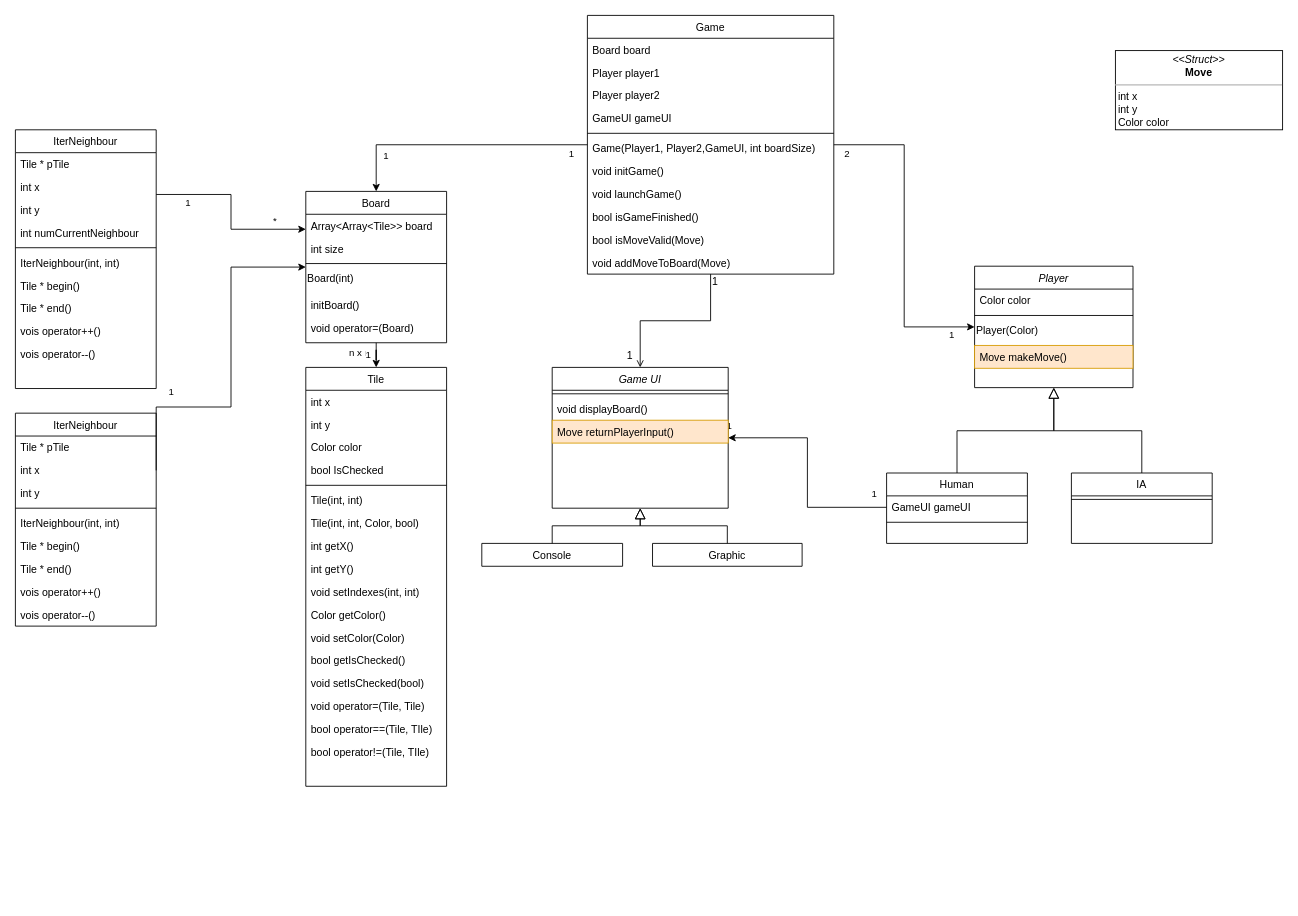
Before: doc/UMLdiagram.drawio in leduqueadrien/Hex, a draw.io diagram. Source tidied: cells renumbered, new cells numbered last; positions are measured from the earlier drawing's top-left corner, leaving out a move shared by most shapes. Both pictures are drawn from the tidied source at 88%, with x=0, y=0 at pixel (15, 15).
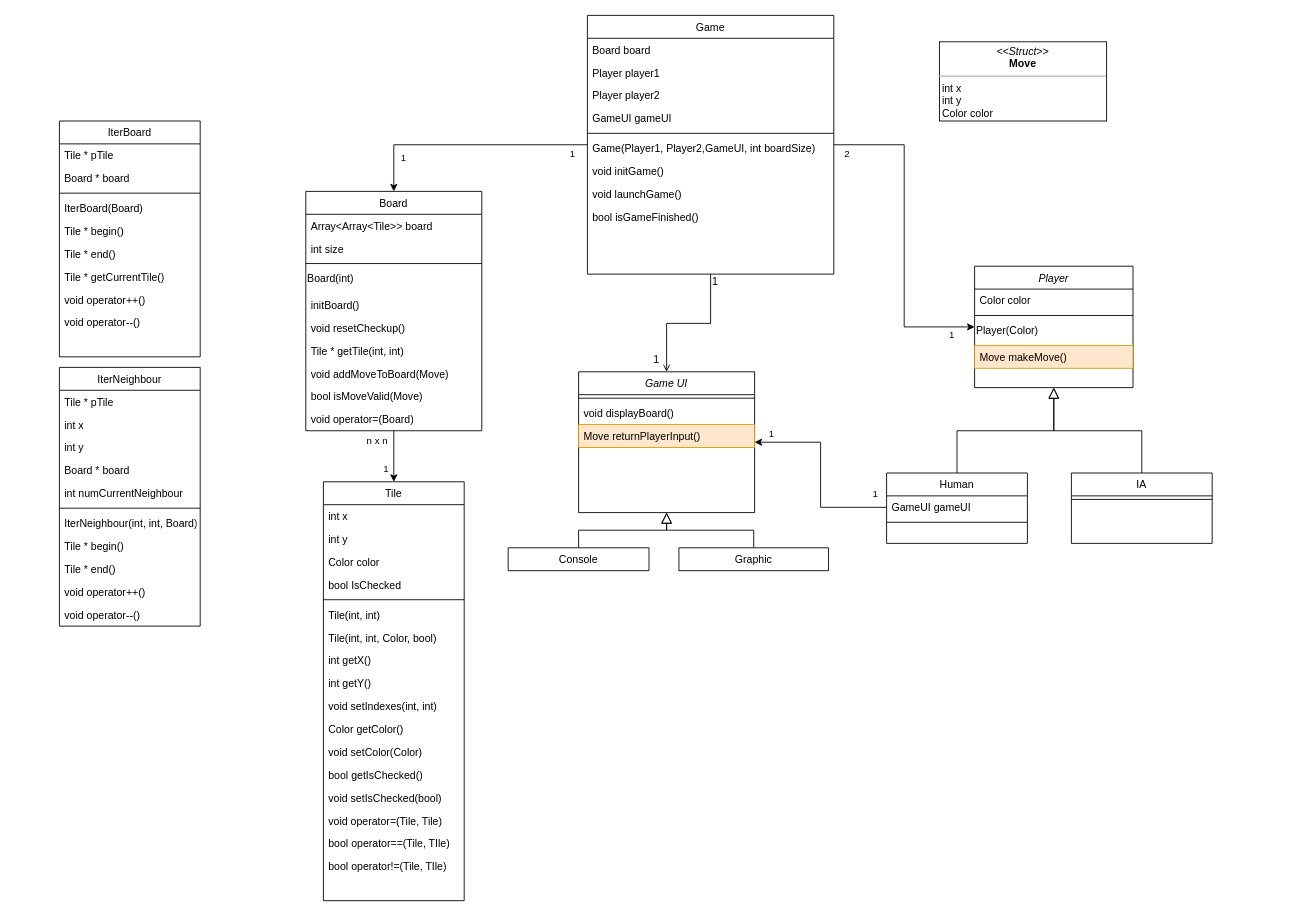
After the change.

Commit message:
add Tile, iterBoard and iterNeighbour

Unchanged cells that the change refers to:
```xml
<mxCell id="2" style="edgeStyle=orthogonalEdgeStyle;rounded=0;jettySize=auto;html=1;entryX=1;entryY=0.5;entryDx=0;entryDy=0;exitX=0;exitY=0.5;exitDx=0;exitDy=0;" parent="1" edge="1" source="11" target="34">
  <mxGeometry relative="1" as="geometry" />
</mxCell>
<mxCell id="17" value="Game" style="swimlane;fontStyle=0;align=center;verticalAlign=top;horizontal=1;startSize=26;rounded=0;shadow=0;strokeWidth=1;" parent="1" vertex="1">
  <mxGeometry x="650" width="280" height="294" as="geometry" />
</mxCell>
<mxCell id="90" value="int x" style="text;align=left;verticalAlign=top;spacingLeft=4;spacingRight=4;overflow=hidden;points=[[0,0.5],[1,0.5]];portConstraint=eastwest;" parent="88" vertex="1">
  <mxGeometry y="52" width="160" height="26" as="geometry" />
</mxCell>
```

Change to the diagram source:
```diff
@@
     <mxCell id="4" value="1" style="edgeLabel;html=1;align=center;verticalAlign=middle;" parent="2" vertex="1">
       <mxGeometry x="0.9" y="-1" relative="1" as="geometry">
-        <mxPoint x="-13" y="-13" as="offset" />
+        <mxPoint x="7" y="-9" as="offset" />
       </mxGeometry>
     </mxCell>
@@
-    <mxCell id="27" value="bool isMoveValid(Move)" style="text;align=left;verticalAlign=top;spacingLeft=4;spacingRight=4;overflow=hidden;" parent="17" vertex="1">
-      <mxGeometry y="242" width="280" height="26" as="geometry" />
-    </mxCell>
-    <mxCell id="28" value="void addMoveToBoard(Move)" style="text;align=left;verticalAlign=top;spacingLeft=4;spacingRight=4;overflow=hidden;" parent="17" vertex="1">
-      <mxGeometry y="268" width="280" height="26" as="geometry" />
-    </mxCell>
@@
     <mxCell id="34" value="Game UI" style="swimlane;fontStyle=2;align=center;verticalAlign=top;horizontal=1;startSize=26;rounded=0;shadow=0;strokeWidth=1;" parent="1" vertex="1">
-      <mxGeometry x="610" y="400" width="200" height="160" as="geometry" />
+      <mxGeometry x="640" y="405" width="200" height="160" as="geometry" />
     </mxCell>
@@
     <mxCell id="38" value="Console" style="swimlane;fontStyle=0;align=center;verticalAlign=top;horizontal=1;startSize=26;rounded=0;shadow=0;strokeWidth=1;" parent="1" vertex="1" collapsed="1">
-      <mxGeometry x="530" y="600" width="160" height="26" as="geometry" />
+      <mxGeometry x="560" y="605" width="160" height="26" as="geometry" />
     </mxCell>
@@
     <mxCell id="40" value="Graphic" style="swimlane;fontStyle=0;align=center;verticalAlign=top;horizontal=1;startSize=26;rounded=0;shadow=0;strokeWidth=1;" parent="1" vertex="1" collapsed="1">
-      <mxGeometry x="724" y="600" width="170" height="26" as="geometry" />
+      <mxGeometry x="754" y="605" width="170" height="26" as="geometry" />
     </mxCell>
@@
     <mxCell id="45" value="Board" style="swimlane;fontStyle=0;align=center;verticalAlign=top;horizontal=1;startSize=26;rounded=0;shadow=0;strokeWidth=1;" parent="1" vertex="1">
-      <mxGeometry x="330" y="200" width="160" height="172" as="geometry" />
+      <mxGeometry x="330" y="200" width="200" height="272" as="geometry" />
     </mxCell>
     <mxCell id="46" value="Array&lt;Array&lt;Tile&gt;&gt; board" style="text;align=left;verticalAlign=top;spacingLeft=4;spacingRight=4;overflow=hidden;" parent="45" vertex="1">
-      <mxGeometry y="26" width="160" height="26" as="geometry" />
+      <mxGeometry y="26" width="200" height="26" as="geometry" />
     </mxCell>
     <mxCell id="47" value="int size" style="text;align=left;verticalAlign=top;spacingLeft=4;spacingRight=4;overflow=hidden;" parent="45" vertex="1">
-      <mxGeometry y="52" width="160" height="26" as="geometry" />
+      <mxGeometry y="52" width="200" height="26" as="geometry" />
     </mxCell>
     <mxCell id="48" style="line;html=1;strokeWidth=1;align=left;verticalAlign=middle;spacingTop=-1;spacingLeft=3;spacingRight=3;labelPosition=right;" parent="45" vertex="1">
-      <mxGeometry y="78" width="160" height="8" as="geometry" />
+      <mxGeometry y="78" width="200" height="8" as="geometry" />
     </mxCell>
     <mxCell id="49" value="Board(int)" style="text;whiteSpace=wrap;html=1;" parent="45" vertex="1">
-      <mxGeometry y="86" width="160" height="30" as="geometry" />
+      <mxGeometry y="86" width="200" height="30" as="geometry" />
     </mxCell>
     <mxCell id="50" value="initBoard()" style="text;align=left;verticalAlign=top;spacingLeft=4;spacingRight=4;overflow=hidden;" parent="45" vertex="1">
-      <mxGeometry y="116" width="160" height="26" as="geometry" />
+      <mxGeometry y="116" width="200" height="26" as="geometry" />
     </mxCell>
+    <mxCell id="100" value="void resetCheckup()" style="text;align=left;verticalAlign=top;spacingLeft=4;spacingRight=4;overflow=hidden;" parent="45" vertex="1">
+      <mxGeometry y="142" width="200" height="26" as="geometry" />
+    </mxCell>
+    <mxCell id="101" value="Tile * getTile(int, int)" style="text;align=left;verticalAlign=top;spacingLeft=4;spacingRight=4;overflow=hidden;" parent="45" vertex="1">
+      <mxGeometry y="168" width="200" height="26" as="geometry" />
+    </mxCell>
+    <mxCell id="28" value="void addMoveToBoard(Move)" style="text;align=left;verticalAlign=top;spacingLeft=4;spacingRight=4;overflow=hidden;" parent="45" vertex="1">
+      <mxGeometry y="194" width="200" height="26" as="geometry" />
+    </mxCell>
+    <mxCell id="27" value="bool isMoveValid(Move)" style="text;align=left;verticalAlign=top;spacingLeft=4;spacingRight=4;overflow=hidden;" parent="45" vertex="1">
+      <mxGeometry y="220" width="200" height="26" as="geometry" />
+    </mxCell>
     <mxCell id="51" value="void operator=(Board)" style="text;align=left;verticalAlign=top;spacingLeft=4;spacingRight=4;overflow=hidden;" parent="45" vertex="1">
-      <mxGeometry y="142" width="160" height="26" as="geometry" />
+      <mxGeometry y="246" width="200" height="26" as="geometry" />
     </mxCell>
@@
     <mxCell id="55" value="Tile" style="swimlane;fontStyle=0;align=center;verticalAlign=top;horizontal=1;startSize=26;rounded=0;shadow=0;strokeWidth=1;rotation=0;" parent="1" vertex="1">
-      <mxGeometry x="330" y="400" width="160" height="476" as="geometry" />
+      <mxGeometry x="350" y="530" width="160" height="476" as="geometry" />
     </mxCell>
@@
-    <mxCell id="73" style="edgeStyle=orthogonalEdgeStyle;rounded=0;jettySize=auto;html=1;exitX=1;exitY=0.25;exitDx=0;exitDy=0;entryX=0;entryY=0.25;entryDx=0;entryDy=0;" parent="1" edge="1" source="76" target="45">
-      <mxGeometry relative="1" as="geometry" />
-    </mxCell>
-    <mxCell id="74" value="1" style="edgeLabel;html=1;align=center;verticalAlign=middle;" parent="73" vertex="1">
-      <mxGeometry x="-0.57" y="-3" relative="1" as="geometry">
-        <mxPoint x="-10" y="5.5" as="offset" />
-      </mxGeometry>
-    </mxCell>
-    <mxCell id="75" value="*" style="edgeLabel;html=1;align=center;verticalAlign=middle;" parent="73" vertex="1">
-      <mxGeometry x="0.57" y="-4" relative="1" as="geometry">
-        <mxPoint x="9.5" y="-15" as="offset" />
-      </mxGeometry>
-    </mxCell>
-    <mxCell id="76" value="IterNeighbour" style="swimlane;fontStyle=0;align=center;verticalAlign=top;horizontal=1;startSize=26;rounded=0;shadow=0;strokeWidth=1;" parent="1" vertex="1">
-      <mxGeometry y="130" width="160" height="294" as="geometry" />
+    <mxCell id="76" value="IterBoard" style="swimlane;fontStyle=0;align=center;verticalAlign=top;horizontal=1;startSize=26;rounded=0;shadow=0;strokeWidth=1;" parent="1" vertex="1">
+      <mxGeometry x="50" y="120" width="160" height="268" as="geometry" />
     </mxCell>
@@
-    <mxCell id="78" value="int x" style="text;align=left;verticalAlign=top;spacingLeft=4;spacingRight=4;overflow=hidden;" parent="76" vertex="1">
-      <mxGeometry y="52" width="160" height="26" as="geometry" />
-    </mxCell>
-    <mxCell id="79" value="int y" style="text;align=left;verticalAlign=top;spacingLeft=4;spacingRight=4;overflow=hidden;rotation=0;" parent="76" vertex="1">
-      <mxGeometry y="78" width="160" height="26" as="geometry" />
-    </mxCell>
-    <mxCell id="80" value="int numCurrentNeighbour" style="text;align=left;verticalAlign=top;spacingLeft=4;spacingRight=4;overflow=hidden;rotation=0;" parent="76" vertex="1">
-      <mxGeometry y="104" width="160" height="26" as="geometry" />
-    </mxCell>
+    <mxCell id="102" value="Board * board" style="text;align=left;verticalAlign=top;spacingLeft=4;spacingRight=4;overflow=hidden;" parent="76" vertex="1">
+      <mxGeometry y="52" width="160" height="26" as="geometry" />
+    </mxCell>
     <mxCell id="81" style="line;html=1;strokeWidth=1;align=left;verticalAlign=middle;spacingTop=-1;spacingLeft=3;spacingRight=3;labelPosition=right;" parent="76" vertex="1">
-      <mxGeometry y="130" width="160" height="8" as="geometry" />
+      <mxGeometry y="78" width="160" height="8" as="geometry" />
     </mxCell>
-    <mxCell id="82" value="IterNeighbour(int, int)" style="text;align=left;verticalAlign=top;spacingLeft=4;spacingRight=4;overflow=hidden;" parent="76" vertex="1">
-      <mxGeometry y="138" width="160" height="26" as="geometry" />
+    <mxCell id="82" value="IterBoard(Board)" style="text;align=left;verticalAlign=top;spacingLeft=4;spacingRight=4;overflow=hidden;" parent="76" vertex="1">
+      <mxGeometry y="86" width="160" height="26" as="geometry" />
     </mxCell>
     <mxCell id="83" value="Tile * begin()" style="text;align=left;verticalAlign=top;spacingLeft=4;spacingRight=4;overflow=hidden;" parent="76" vertex="1">
-      <mxGeometry y="164" width="160" height="26" as="geometry" />
+      <mxGeometry y="112" width="160" height="26" as="geometry" />
     </mxCell>
     <mxCell id="84" value="Tile * end()" style="text;align=left;verticalAlign=top;spacingLeft=4;spacingRight=4;overflow=hidden;" parent="76" vertex="1">
-      <mxGeometry y="190" width="160" height="26" as="geometry" />
+      <mxGeometry y="138" width="160" height="26" as="geometry" />
     </mxCell>
-    <mxCell id="85" value="vois operator++()" style="text;align=left;verticalAlign=top;spacingLeft=4;spacingRight=4;overflow=hidden;" parent="76" vertex="1">
-      <mxGeometry y="216" width="160" height="26" as="geometry" />
-    </mxCell>
+    <mxCell id="103" value="Tile * getCurrentTile()" style="text;align=left;verticalAlign=top;spacingLeft=4;spacingRight=4;overflow=hidden;" parent="76" vertex="1">
+      <mxGeometry y="164" width="160" height="26" as="geometry" />
+    </mxCell>
+    <mxCell id="104" value="void operator++()" style="text;align=left;verticalAlign=top;spacingLeft=4;spacingRight=4;overflow=hidden;" parent="76" vertex="1">
+      <mxGeometry y="190" width="160" height="26" as="geometry" />
+    </mxCell>
-    <mxCell id="86" value="vois operator--()" style="text;align=left;verticalAlign=top;spacingLeft=4;spacingRight=4;overflow=hidden;" parent="76" vertex="1">
-      <mxGeometry y="242" width="160" height="26" as="geometry" />
+    <mxCell id="86" value="void operator--()" style="text;align=left;verticalAlign=top;spacingLeft=4;spacingRight=4;overflow=hidden;" parent="76" vertex="1">
+      <mxGeometry y="216" width="160" height="26" as="geometry" />
     </mxCell>
     <mxCell id="87" value="&lt;p style=&quot;margin: 0px ; margin-top: 4px ; text-align: center&quot;&gt;&lt;i&gt;&amp;lt;&amp;lt;Struct&amp;gt;&amp;gt;&lt;/i&gt;&lt;br&gt;&lt;b&gt;Move&lt;/b&gt;&lt;/p&gt;&lt;hr size=&quot;1&quot;&gt;&lt;div&gt;&amp;nbsp;int x&lt;br&gt;&lt;/div&gt;&lt;div&gt;&amp;nbsp;int y&lt;/div&gt;&lt;div&gt;&amp;nbsp;Color color&lt;br&gt;&lt;/div&gt;&lt;hr size=&quot;1&quot;&gt;" style="verticalAlign=top;align=left;overflow=fill;fontSize=12;fontFamily=Helvetica;html=1;" parent="1" vertex="1">
-      <mxGeometry x="1250" y="40" width="190" height="90" as="geometry" />
+      <mxGeometry x="1050" y="30" width="190" height="90" as="geometry" />
     </mxCell>
     <mxCell id="88" value="IterNeighbour" style="swimlane;fontStyle=0;align=center;verticalAlign=top;horizontal=1;startSize=26;rounded=0;shadow=0;strokeWidth=1;" parent="1" vertex="1">
-      <mxGeometry y="452" width="160" height="242" as="geometry" />
+      <mxGeometry x="50" y="400" width="160" height="294" as="geometry" />
     </mxCell>
@@
+    <mxCell id="105" value="Board * board" style="text;align=left;verticalAlign=top;spacingLeft=4;spacingRight=4;overflow=hidden;" parent="88" vertex="1">
+      <mxGeometry y="104" width="160" height="26" as="geometry" />
+    </mxCell>
+    <mxCell id="80" value="int numCurrentNeighbour" style="text;align=left;verticalAlign=top;spacingLeft=4;spacingRight=4;overflow=hidden;rotation=0;" parent="88" vertex="1">
+      <mxGeometry y="130" width="160" height="26" as="geometry" />
+    </mxCell>
     <mxCell id="92" style="line;html=1;strokeWidth=1;align=left;verticalAlign=middle;spacingTop=-1;spacingLeft=3;spacingRight=3;labelPosition=right;" parent="88" vertex="1">
-      <mxGeometry y="104" width="160" height="8" as="geometry" />
+      <mxGeometry y="156" width="160" height="8" as="geometry" />
     </mxCell>
-    <mxCell id="93" value="IterNeighbour(int, int)" style="text;align=left;verticalAlign=top;spacingLeft=4;spacingRight=4;overflow=hidden;" parent="88" vertex="1">
-      <mxGeometry y="112" width="160" height="26" as="geometry" />
+    <mxCell id="93" value="IterNeighbour(int, int, Board)" style="text;align=left;verticalAlign=top;spacingLeft=4;spacingRight=4;overflow=hidden;" parent="88" vertex="1">
+      <mxGeometry y="164" width="160" height="26" as="geometry" />
     </mxCell>
     <mxCell id="94" value="Tile * begin()" style="text;align=left;verticalAlign=top;spacingLeft=4;spacingRight=4;overflow=hidden;" parent="88" vertex="1">
-      <mxGeometry y="138" width="160" height="26" as="geometry" />
+      <mxGeometry y="190" width="160" height="26" as="geometry" />
     </mxCell>
     <mxCell id="95" value="Tile * end()" style="text;align=left;verticalAlign=top;spacingLeft=4;spacingRight=4;overflow=hidden;" parent="88" vertex="1">
-      <mxGeometry y="164" width="160" height="26" as="geometry" />
+      <mxGeometry y="216" width="160" height="26" as="geometry" />
     </mxCell>
-    <mxCell id="96" value="vois operator++()" style="text;align=left;verticalAlign=top;spacingLeft=4;spacingRight=4;overflow=hidden;" parent="88" vertex="1">
-      <mxGeometry y="190" width="160" height="26" as="geometry" />
+    <mxCell id="96" value="void operator++()" style="text;align=left;verticalAlign=top;spacingLeft=4;spacingRight=4;overflow=hidden;" parent="88" vertex="1">
+      <mxGeometry y="242" width="160" height="26" as="geometry" />
     </mxCell>
-    <mxCell id="97" value="vois operator--()" style="text;align=left;verticalAlign=top;spacingLeft=4;spacingRight=4;overflow=hidden;" parent="88" vertex="1">
-      <mxGeometry y="216" width="160" height="26" as="geometry" />
+    <mxCell id="97" value="void operator--()" style="text;align=left;verticalAlign=top;spacingLeft=4;spacingRight=4;overflow=hidden;" parent="88" vertex="1">
+      <mxGeometry y="268" width="160" height="26" as="geometry" />
     </mxCell>
-    <mxCell id="98" style="edgeStyle=orthogonalEdgeStyle;rounded=0;jettySize=auto;html=1;exitX=1;exitY=0.5;exitDx=0;exitDy=0;entryX=0;entryY=0;entryDx=0;entryDy=0;" parent="1" edge="1" source="90" target="49">
-      <mxGeometry relative="1" as="geometry">
-        <Array as="points">
-          <mxPoint x="245" y="445" />
-          <mxPoint x="245" y="286" />
-        </Array>
-      </mxGeometry>
-    </mxCell>
-    <mxCell id="99" value="1" style="edgeLabel;html=1;align=center;verticalAlign=middle;" parent="1" vertex="1">
-      <mxGeometry x="199" y="192.5" as="geometry">
-        <mxPoint x="-23" y="235" as="offset" />
-      </mxGeometry>
-    </mxCell>
```
